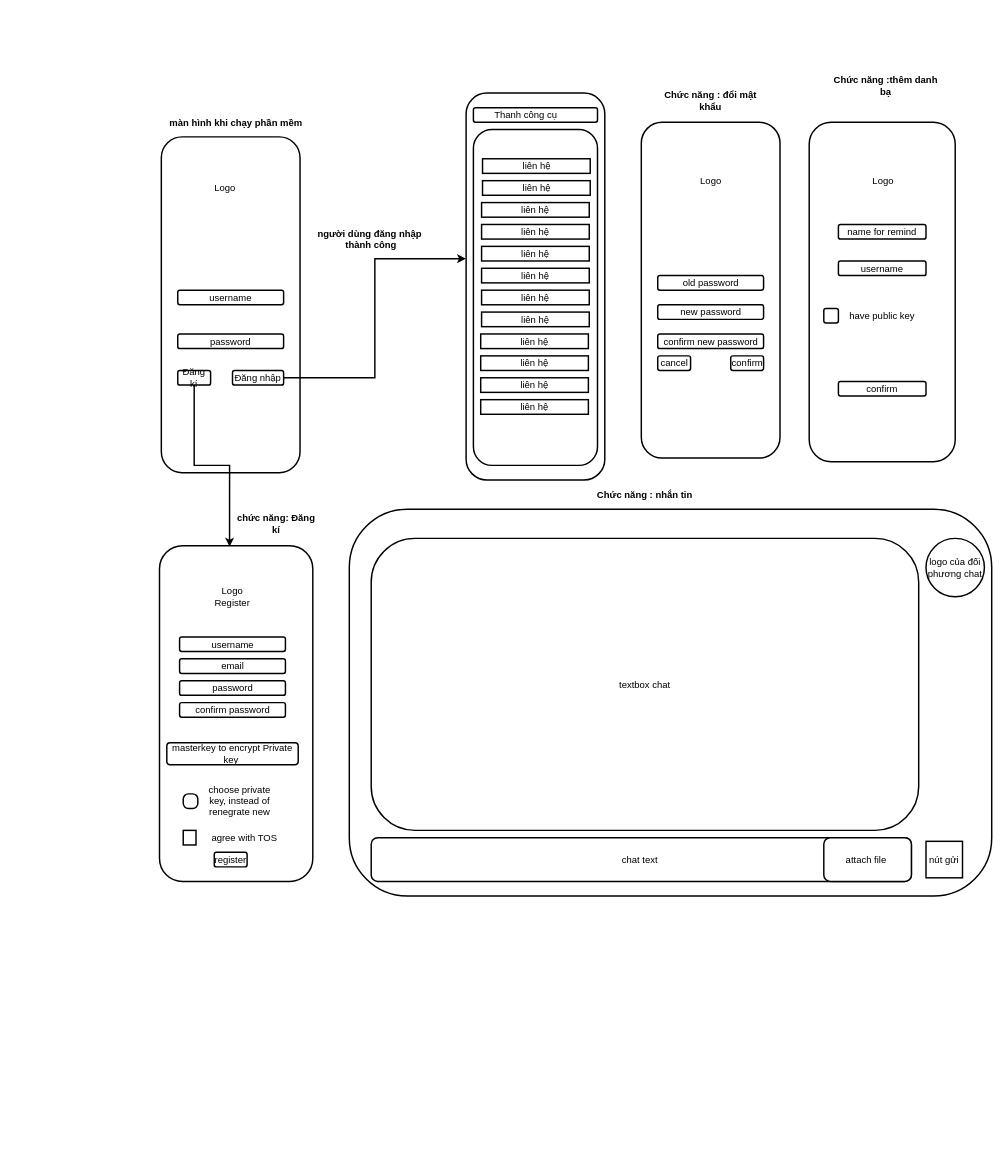
Before: Untitled Diagram.drawio in phmngcthanh/155, a draw.io diagram. Source tidied: cells renumbered, new cells numbered last; positions are measured from the earlier drawing's top-left corner, leaving out a move shared by most shapes. Both pictures are drawn from the tidied source at 73%, with x=0, y=0 at pixel (159, 78).
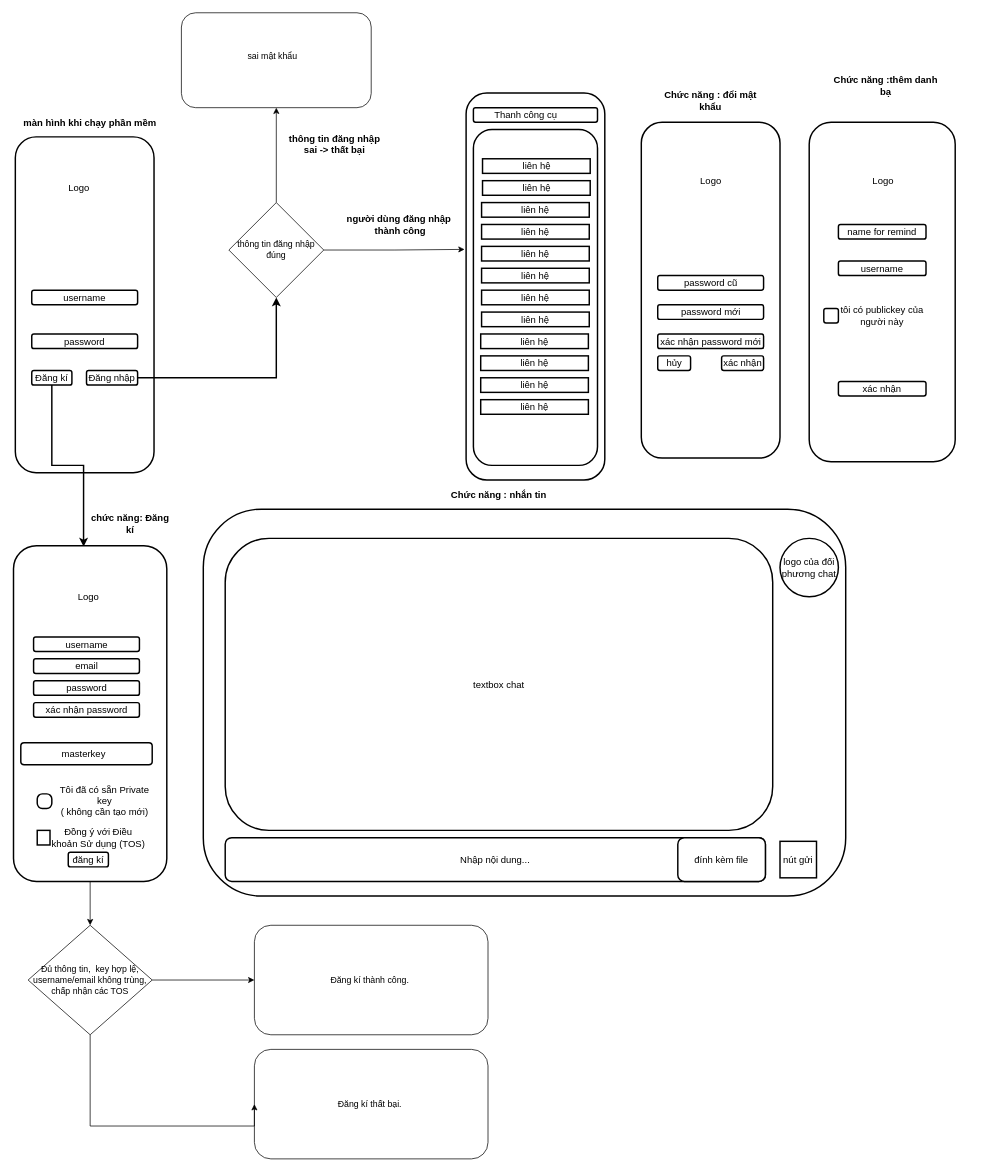
After the change.

The change refers to these unchanged cells:
```xml
<mxCell id="15" style="rounded=1;whiteSpace=wrap;html=1;strokeWidth=2;fontSize=13;" parent="1" vertex="1">
  <mxGeometry x="420" y="20" width="190" height="530" as="geometry" />
</mxCell>
```

The edit, as a diff of the source:
```diff
@@
     <mxCell id="2" style="rounded=1;whiteSpace=wrap;html=1;strokeWidth=2;fontSize=13;" parent="1" vertex="1">
-      <mxGeometry x="2.5" y="80" width="190" height="460" as="geometry" />
+      <mxGeometry x="-197.5" y="80" width="190" height="460" as="geometry" />
     </mxCell>
     <mxCell id="3" value="username" style="rounded=1;whiteSpace=wrap;html=1;strokeWidth=2;fontSize=13;" parent="1" vertex="1">
-      <mxGeometry x="25" y="290" width="145" height="20" as="geometry" />
+      <mxGeometry x="-175" y="290" width="145" height="20" as="geometry" />
     </mxCell>
-    <mxCell id="4" style="edgeStyle=orthogonalEdgeStyle;rounded=0;jettySize=auto;html=1;entryX=-0.001;entryY=0.428;entryDx=0;entryDy=0;entryPerimeter=0;strokeWidth=2;fontSize=13;" parent="1" edge="1" source="5" target="15">
+    <mxCell id="4" style="edgeStyle=orthogonalEdgeStyle;rounded=0;jettySize=auto;html=1;entryX=0.5;entryY=1;entryDx=0;entryDy=0;strokeWidth=2;fontSize=13;" parent="1" edge="1" source="5" target="69">
       <mxGeometry relative="1" as="geometry" />
     </mxCell>
     <mxCell id="5" value="Đăng nhập" style="rounded=1;whiteSpace=wrap;html=1;strokeWidth=2;fontSize=13;" parent="1" vertex="1">
-      <mxGeometry x="100" y="400" width="70" height="20" as="geometry" />
+      <mxGeometry x="-100" y="400" width="70" height="20" as="geometry" />
     </mxCell>
     <mxCell id="6" value="password" style="rounded=1;whiteSpace=wrap;html=1;strokeWidth=2;fontSize=13;" parent="1" vertex="1">
-      <mxGeometry x="25" y="350" width="145" height="20" as="geometry" />
+      <mxGeometry x="-175" y="350" width="145" height="20" as="geometry" />
     </mxCell>
@@
     <mxCell id="8" value="Đăng kí" style="rounded=1;whiteSpace=wrap;html=1;strokeWidth=2;fontSize=13;" parent="1" vertex="1">
-      <mxGeometry x="25" y="400" width="45" height="20" as="geometry" />
+      <mxGeometry x="-175" y="400" width="55" height="20" as="geometry" />
     </mxCell>
+    <mxCell id="64" style="edgeStyle=orthogonalEdgeStyle;rounded=0;jettySize=auto;html=1;entryX=0.5;entryY=0;entryDx=0;entryDy=0;" parent="1" edge="1" source="9" target="75">
+      <mxGeometry relative="1" as="geometry" />
+    </mxCell>
     <mxCell id="9" style="rounded=1;whiteSpace=wrap;html=1;strokeWidth=2;fontSize=13;" parent="1" vertex="1">
-      <mxGeometry y="640" width="210" height="460" as="geometry" />
+      <mxGeometry x="-200" y="640" width="210" height="460" as="geometry" />
     </mxCell>
     <mxCell id="10" value="username" style="rounded=1;whiteSpace=wrap;html=1;strokeWidth=2;fontSize=13;" parent="1" vertex="1">
-      <mxGeometry x="27.5" y="765" width="145" height="20" as="geometry" />
+      <mxGeometry x="-172.5" y="765" width="145" height="20" as="geometry" />
     </mxCell>
     <mxCell id="11" value="email" style="rounded=1;whiteSpace=wrap;html=1;strokeWidth=2;fontSize=13;" parent="1" vertex="1">
-      <mxGeometry x="27.5" y="795" width="145" height="20" as="geometry" />
+      <mxGeometry x="-172.5" y="795" width="145" height="20" as="geometry" />
     </mxCell>
     <mxCell id="12" value="password" style="rounded=1;whiteSpace=wrap;html=1;strokeWidth=2;fontSize=13;" parent="1" vertex="1">
-      <mxGeometry x="27.5" y="825" width="145" height="20" as="geometry" />
+      <mxGeometry x="-172.5" y="825" width="145" height="20" as="geometry" />
     </mxCell>
-    <mxCell id="13" value="confirm password" style="rounded=1;whiteSpace=wrap;html=1;strokeWidth=2;fontSize=13;" parent="1" vertex="1">
-      <mxGeometry x="27.5" y="855" width="145" height="20" as="geometry" />
+    <mxCell id="13" value="xác nhận password" style="rounded=1;whiteSpace=wrap;html=1;strokeWidth=2;fontSize=13;" parent="1" vertex="1">
+      <mxGeometry x="-172.5" y="855" width="145" height="20" as="geometry" />
     </mxCell>
-    <mxCell id="14" value="register" style="rounded=1;whiteSpace=wrap;html=1;strokeWidth=2;fontSize=13;" parent="1" vertex="1">
-      <mxGeometry x="75" y="1060" width="45" height="20" as="geometry" />
+    <mxCell id="14" value="đăng kí" style="rounded=1;whiteSpace=wrap;html=1;strokeWidth=2;fontSize=13;" parent="1" vertex="1">
+      <mxGeometry x="-125" y="1060" width="55" height="20" as="geometry" />
     </mxCell>
@@
     <mxCell id="17" value="Logo" style="text;html=1;strokeColor=none;fillColor=none;align=center;verticalAlign=middle;whiteSpace=wrap;rounded=0;strokeWidth=2;fontSize=13;" parent="1" vertex="1">
-      <mxGeometry x="70" y="140" width="40" height="20" as="geometry" />
+      <mxGeometry x="-130" y="140" width="40" height="20" as="geometry" />
     </mxCell>
     <mxCell id="18" style="rounded=0;whiteSpace=wrap;html=1;arcSize=12;strokeWidth=2;fontSize=13;" parent="1" vertex="1">
-      <mxGeometry x="32.5" y="1030" width="17.5" height="20" as="geometry" />
+      <mxGeometry x="-167.5" y="1030" width="17.5" height="20" as="geometry" />
     </mxCell>
-    <mxCell id="19" value="agree with TOS" style="text;html=1;strokeColor=none;fillColor=none;align=center;verticalAlign=middle;whiteSpace=wrap;rounded=0;strokeWidth=2;fontSize=13;" parent="1" vertex="1">
-      <mxGeometry x="50" y="1030" width="132.5" height="20" as="geometry" />
+    <mxCell id="19" value="Đồng ý với Điều khoản Sử dụng (TOS)" style="text;html=1;strokeColor=none;fillColor=none;align=center;verticalAlign=middle;whiteSpace=wrap;rounded=0;strokeWidth=2;fontSize=13;" parent="1" vertex="1">
+      <mxGeometry x="-150" y="1030" width="132.5" height="20" as="geometry" />
     </mxCell>
-    <mxCell id="20" value="Logo&lt;br style=&quot;font-size: 13px;&quot;&gt;Register" style="text;html=1;strokeColor=none;fillColor=none;align=center;verticalAlign=middle;whiteSpace=wrap;rounded=0;strokeWidth=2;fontSize=13;" parent="1" vertex="1">
-      <mxGeometry x="80" y="700" width="40" height="20" as="geometry" />
+    <mxCell id="20" value="Logo&lt;br style=&quot;font-size: 13px&quot;&gt;" style="text;html=1;strokeColor=none;fillColor=none;align=center;verticalAlign=middle;whiteSpace=wrap;rounded=0;strokeWidth=2;fontSize=13;" parent="1" vertex="1">
+      <mxGeometry x="-117.5" y="700" width="40" height="20" as="geometry" />
     </mxCell>
@@
     <mxCell id="24" style="rounded=1;whiteSpace=wrap;html=1;strokeWidth=2;fontSize=13;" parent="1" vertex="1">
-      <mxGeometry x="260" y="590" width="880" height="530" as="geometry" />
+      <mxGeometry x="60" y="590" width="880" height="530" as="geometry" />
     </mxCell>
     <mxCell id="25" value="textbox chat" style="rounded=1;whiteSpace=wrap;html=1;strokeWidth=2;fontSize=13;" parent="1" vertex="1">
-      <mxGeometry x="290" y="630" width="750" height="400" as="geometry" />
+      <mxGeometry x="90" y="630" width="750" height="400" as="geometry" />
     </mxCell>
     <mxCell id="26" value="logo của đối phương chat" style="ellipse;whiteSpace=wrap;html=1;strokeWidth=2;fontSize=13;" parent="1" vertex="1">
-      <mxGeometry x="1050" y="630" width="80" height="80" as="geometry" />
+      <mxGeometry x="850" y="630" width="80" height="80" as="geometry" />
     </mxCell>
-    <mxCell id="27" value="chat text&amp;nbsp;" style="rounded=1;whiteSpace=wrap;html=1;strokeWidth=2;fontSize=13;" parent="1" vertex="1">
-      <mxGeometry x="290" y="1040" width="740" height="60" as="geometry" />
+    <mxCell id="27" value="Nhập nội dung..." style="rounded=1;whiteSpace=wrap;html=1;strokeWidth=2;fontSize=13;" parent="1" vertex="1">
+      <mxGeometry x="90" y="1040" width="740" height="60" as="geometry" />
     </mxCell>
     <mxCell id="28" value="nút gửi" style="rounded=0;whiteSpace=wrap;html=1;strokeWidth=2;fontSize=13;" parent="1" vertex="1">
-      <mxGeometry x="1050" y="1045" width="50" height="50" as="geometry" />
+      <mxGeometry x="850" y="1045" width="50" height="50" as="geometry" />
     </mxCell>
-    <mxCell id="29" value="attach file&amp;nbsp;" style="rounded=1;whiteSpace=wrap;html=1;strokeWidth=2;fontSize=13;" parent="1" vertex="1">
-      <mxGeometry x="910" y="1040" width="120" height="60" as="geometry" />
+    <mxCell id="29" value="đính kèm file" style="rounded=1;whiteSpace=wrap;html=1;strokeWidth=2;fontSize=13;" parent="1" vertex="1">
+      <mxGeometry x="710" y="1040" width="120" height="60" as="geometry" />
     </mxCell>
@@
-    <mxCell id="31" value="old password" style="rounded=1;whiteSpace=wrap;html=1;strokeWidth=2;fontSize=13;" parent="1" vertex="1">
+    <mxCell id="31" value="password cũ" style="rounded=1;whiteSpace=wrap;html=1;strokeWidth=2;fontSize=13;" parent="1" vertex="1">
       <mxGeometry x="682.5" y="270" width="145" height="20" as="geometry" />
     </mxCell>
-    <mxCell id="32" value="confirm" style="rounded=1;whiteSpace=wrap;html=1;strokeWidth=2;fontSize=13;" parent="1" vertex="1">
-      <mxGeometry x="782.5" y="380" width="45" height="20" as="geometry" />
+    <mxCell id="32" value="xác nhận" style="rounded=1;whiteSpace=wrap;html=1;strokeWidth=2;fontSize=13;" parent="1" vertex="1">
+      <mxGeometry x="770" y="380" width="57.5" height="20" as="geometry" />
     </mxCell>
-    <mxCell id="33" value="new password" style="rounded=1;whiteSpace=wrap;html=1;strokeWidth=2;fontSize=13;" parent="1" vertex="1">
+    <mxCell id="33" value="password mới" style="rounded=1;whiteSpace=wrap;html=1;strokeWidth=2;fontSize=13;" parent="1" vertex="1">
       <mxGeometry x="682.5" y="310" width="145" height="20" as="geometry" />
     </mxCell>
-    <mxCell id="34" value="cancel" style="rounded=1;whiteSpace=wrap;html=1;strokeWidth=2;fontSize=13;" parent="1" vertex="1">
+    <mxCell id="34" value="hủy" style="rounded=1;whiteSpace=wrap;html=1;strokeWidth=2;fontSize=13;" parent="1" vertex="1">
       <mxGeometry x="682.5" y="380" width="45" height="20" as="geometry" />
     </mxCell>
@@
-    <mxCell id="36" value="confirm new password" style="rounded=1;whiteSpace=wrap;html=1;strokeWidth=2;fontSize=13;" parent="1" vertex="1">
+    <mxCell id="36" value="xác nhận password mới" style="rounded=1;whiteSpace=wrap;html=1;strokeWidth=2;fontSize=13;" parent="1" vertex="1">
       <mxGeometry x="682.5" y="350" width="145" height="20" as="geometry" />
     </mxCell>
@@
-    <mxCell id="41" value="have public key" style="text;html=1;strokeColor=none;fillColor=none;align=center;verticalAlign=middle;whiteSpace=wrap;rounded=0;strokeWidth=2;fontSize=13;" parent="1" vertex="1">
+    <mxCell id="41" value="tôi có publickey của người này" style="text;html=1;strokeColor=none;fillColor=none;align=center;verticalAlign=middle;whiteSpace=wrap;rounded=0;strokeWidth=2;fontSize=13;" parent="1" vertex="1">
       <mxGeometry x="930" y="315" width="120" height="20" as="geometry" />
     </mxCell>
-    <mxCell id="42" value="confirm" style="rounded=1;whiteSpace=wrap;html=1;strokeWidth=2;fontSize=13;" parent="1" vertex="1">
+    <mxCell id="42" value="xác nhận" style="rounded=1;whiteSpace=wrap;html=1;strokeWidth=2;fontSize=13;" parent="1" vertex="1">
       <mxGeometry x="930" y="415" width="120" height="20" as="geometry" />
     </mxCell>
     <mxCell id="43" style="rounded=1;whiteSpace=wrap;html=1;arcSize=35;strokeWidth=2;fontSize=13;" parent="1" vertex="1">
-      <mxGeometry x="32.5" y="980" width="20" height="20" as="geometry" />
+      <mxGeometry x="-167.5" y="980" width="20" height="20" as="geometry" />
     </mxCell>
-    <mxCell id="44" value="choose private key, instead of renegrate new" style="text;html=1;strokeColor=none;fillColor=none;align=center;verticalAlign=middle;whiteSpace=wrap;rounded=0;strokeWidth=2;fontSize=13;" parent="1" vertex="1">
-      <mxGeometry x="60" y="980" width="100" height="20" as="geometry" />
+    <mxCell id="44" value="Tôi đã có sẵn Private key &lt;br&gt;( không cần tạo mới)" style="text;html=1;strokeColor=none;fillColor=none;align=center;verticalAlign=middle;whiteSpace=wrap;rounded=0;strokeWidth=2;fontSize=13;" parent="1" vertex="1">
+      <mxGeometry x="-140" y="980" width="130" height="20" as="geometry" />
     </mxCell>
-    <mxCell id="45" value="masterkey to encrypt Private key&amp;nbsp;" style="rounded=1;whiteSpace=wrap;html=1;strokeWidth=2;fontSize=13;" parent="1" vertex="1">
-      <mxGeometry x="10" y="910" width="180" height="30" as="geometry" />
+    <mxCell id="45" value="masterkey&amp;nbsp;&amp;nbsp;" style="rounded=1;whiteSpace=wrap;html=1;strokeWidth=2;fontSize=13;" parent="1" vertex="1">
+      <mxGeometry x="-190" y="910" width="180" height="30" as="geometry" />
     </mxCell>
@@
     <mxCell id="57" value="người dùng đăng nhập&amp;nbsp; thành công" style="text;html=1;strokeColor=none;fillColor=none;align=center;verticalAlign=middle;whiteSpace=wrap;rounded=0;fontStyle=1;fontSize=13;strokeWidth=2;" parent="1" vertex="1">
-      <mxGeometry x="210" y="210" width="160" height="20" as="geometry" />
+      <mxGeometry x="250" y="190" width="160" height="20" as="geometry" />
     </mxCell>
@@
     <mxCell id="61" value="chức năng: Đăng kí" style="text;html=1;strokeColor=none;fillColor=none;align=center;verticalAlign=middle;whiteSpace=wrap;rounded=0;fontStyle=1;fontSize=13;strokeWidth=2;" parent="1" vertex="1">
-      <mxGeometry x="100" y="600" width="120" height="20" as="geometry" />
+      <mxGeometry x="-100" y="600" width="120" height="20" as="geometry" />
     </mxCell>
     <mxCell id="62" value="Chức năng : nhắn tin" style="text;html=1;strokeColor=none;fillColor=none;align=center;verticalAlign=middle;whiteSpace=wrap;rounded=0;fontStyle=1;fontSize=13;strokeWidth=2;" parent="1" vertex="1">
-      <mxGeometry x="585" y="560" width="160" height="20" as="geometry" />
+      <mxGeometry x="385" y="560" width="160" height="20" as="geometry" />
     </mxCell>
     <mxCell id="63" value="màn hình khi chạy phần mềm" style="text;html=1;strokeColor=none;fillColor=none;align=center;verticalAlign=middle;whiteSpace=wrap;rounded=0;fontStyle=1;fontSize=13;strokeWidth=2;" parent="1" vertex="1">
-      <mxGeometry x="10" y="50" width="190" height="20" as="geometry" />
+      <mxGeometry x="-190" y="50" width="190" height="20" as="geometry" />
     </mxCell>
+    <mxCell id="65" style="rounded=1;whiteSpace=wrap;html=1;" parent="1" vertex="1">
+      <mxGeometry x="30" y="-90" width="260" height="130" as="geometry" />
+    </mxCell>
+    <mxCell id="66" value="sai mật khẩu" style="text;html=1;strokeColor=none;fillColor=none;align=center;verticalAlign=middle;whiteSpace=wrap;rounded=0;" parent="1" vertex="1">
+      <mxGeometry x="30" y="-40" width="250" height="20" as="geometry" />
+    </mxCell>
+    <mxCell id="67" style="edgeStyle=orthogonalEdgeStyle;rounded=0;jettySize=auto;html=1;entryX=-0.011;entryY=0.404;entryDx=0;entryDy=0;entryPerimeter=0;" parent="1" edge="1" source="69" target="15">
+      <mxGeometry relative="1" as="geometry" />
+    </mxCell>
+    <mxCell id="68" style="edgeStyle=orthogonalEdgeStyle;rounded=0;jettySize=auto;html=1;entryX=0.5;entryY=1;entryDx=0;entryDy=0;" parent="1" edge="1" source="69" target="65">
+      <mxGeometry relative="1" as="geometry" />
+    </mxCell>
+    <mxCell id="69" value="thông tin đăng nhập đúng" style="rhombus;whiteSpace=wrap;html=1;" parent="1" vertex="1">
+      <mxGeometry x="95" y="170" width="130" height="130" as="geometry" />
+    </mxCell>
+    <mxCell id="70" value="thông tin đăng nhập sai -&amp;gt; thất bại" style="text;html=1;strokeColor=none;fillColor=none;align=center;verticalAlign=middle;whiteSpace=wrap;rounded=0;fontStyle=1;fontSize=13;strokeWidth=2;" parent="1" vertex="1">
+      <mxGeometry x="170" y="80" width="140" height="20" as="geometry" />
+    </mxCell>
+    <mxCell id="71" value="Đăng kí thành công.&amp;nbsp;" style="rounded=1;whiteSpace=wrap;html=1;" parent="1" vertex="1">
+      <mxGeometry x="130" y="1160" width="320" height="150" as="geometry" />
+    </mxCell>
+    <mxCell id="72" value="Đăng kí thất bại.&amp;nbsp;" style="rounded=1;whiteSpace=wrap;html=1;" parent="1" vertex="1">
+      <mxGeometry x="130" y="1330" width="320" height="150" as="geometry" />
+    </mxCell>
+    <mxCell id="73" style="edgeStyle=orthogonalEdgeStyle;rounded=0;jettySize=auto;html=1;entryX=0;entryY=0.5;entryDx=0;entryDy=0;" parent="1" edge="1" source="75" target="71">
+      <mxGeometry relative="1" as="geometry" />
+    </mxCell>
+    <mxCell id="74" style="edgeStyle=orthogonalEdgeStyle;rounded=0;jettySize=auto;html=1;entryX=0;entryY=0.5;entryDx=0;entryDy=0;" parent="1" edge="1" source="75" target="72">
+      <mxGeometry relative="1" as="geometry">
+        <Array as="points">
+          <mxPoint x="-95" y="1435" />
+        </Array>
+      </mxGeometry>
+    </mxCell>
+    <mxCell id="75" value="Đủ thông tin,&amp;nbsp; key hợp lệ, username/email không trùng, chấp nhận các TOS" style="rhombus;whiteSpace=wrap;html=1;" parent="1" vertex="1">
+      <mxGeometry x="-180" y="1160" width="170" height="150" as="geometry" />
+    </mxCell>
```
